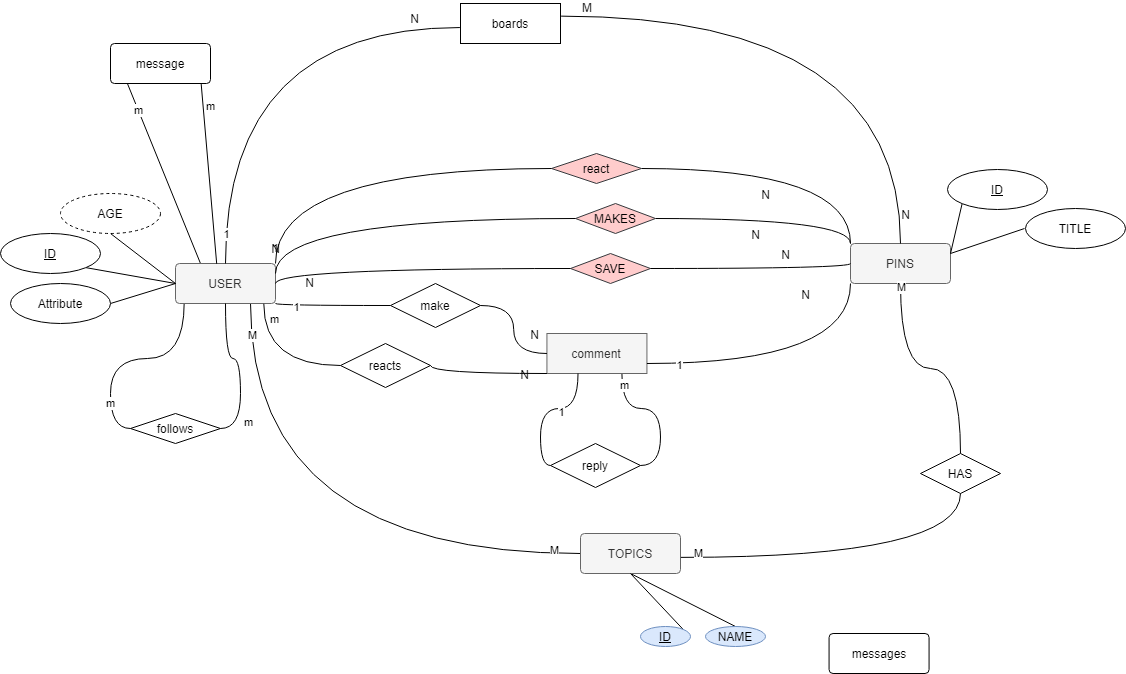
kataya1/Pinterest keeps this draw.io diagram as erd2.drawio.png. Above is the earlier version. Source tidied: cells renumbered, new cells last; positions are measured from the earlier drawing's top-left corner, leaving out a move shared by most shapes.
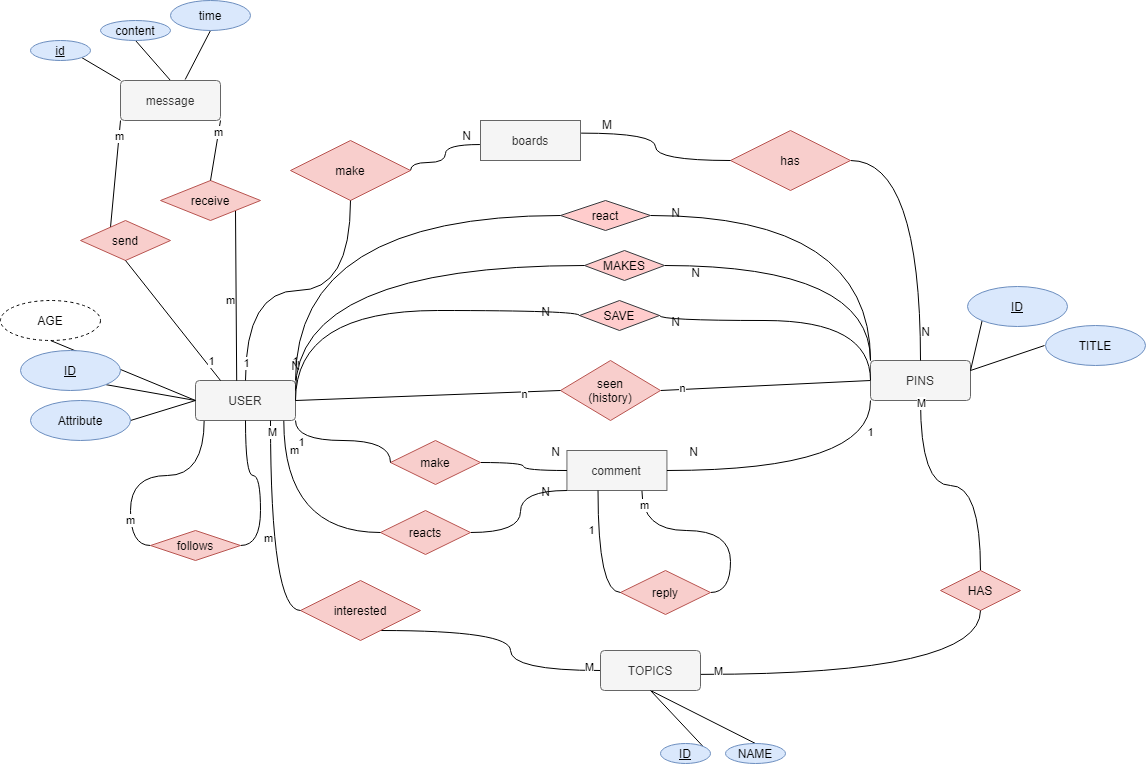
The same diagram one commit later.

Diff of the diagram source:
```diff
@@ -4,3 +4,6 @@
     <mxCell id="1" parent="0" />
+    <mxCell id="12" style="rounded=0;jettySize=auto;html=1;exitX=0.5;exitY=1;exitDx=0;exitDy=0;endArrow=none;endFill=0;entryX=0;entryY=0.5;entryDx=0;entryDy=0;" parent="1" edge="1" source="13" target="9">
+      <mxGeometry relative="1" as="geometry" />
+    </mxCell>
-    <mxCell id="2" style="rounded=0;jettySize=auto;html=1;exitX=0.25;exitY=0;exitDx=0;exitDy=0;entryX=0.17;entryY=1.006;entryDx=0;entryDy=0;endArrow=none;endFill=0;entryPerimeter=0;" parent="1" edge="1" source="9" target="78">
+    <mxCell id="2" style="rounded=0;jettySize=auto;html=1;exitX=0.25;exitY=0;exitDx=0;exitDy=0;entryX=0;entryY=1;entryDx=0;entryDy=0;endArrow=none;endFill=0;startArrow=none;" parent="1" edge="1" source="86" target="78">
       <mxGeometry relative="1" as="geometry" />
@@ -10,8 +13,5 @@
     </mxCell>
-    <mxCell id="4" style="edgeStyle=orthogonalEdgeStyle;rounded=0;jettySize=auto;html=1;exitX=0.75;exitY=1;exitDx=0;exitDy=0;entryX=0;entryY=0.5;entryDx=0;entryDy=0;endArrow=none;endFill=0;curved=1;" parent="1" edge="1" source="9" target="30">
+    <mxCell id="4" style="edgeStyle=orthogonalEdgeStyle;rounded=0;jettySize=auto;html=1;exitX=0.75;exitY=1;exitDx=0;exitDy=0;entryX=0;entryY=0.5;entryDx=0;entryDy=0;endArrow=none;endFill=0;curved=1;startArrow=none;" parent="1" edge="1" source="97" target="30">
       <mxGeometry relative="1" as="geometry" />
     </mxCell>
-    <mxCell id="5" value="M" style="edgeLabel;html=1;align=center;verticalAlign=middle;" parent="4" vertex="1">
-      <mxGeometry x="-0.89" y="1" relative="1" as="geometry" />
-    </mxCell>
     <mxCell id="6" value="M" style="edgeLabel;html=1;align=center;verticalAlign=middle;" parent="4" vertex="1">
@@ -27,2 +27,8 @@
     </mxCell>
+    <mxCell id="79" style="edgeStyle=none;rounded=0;jettySize=auto;html=1;exitX=1;exitY=0.5;exitDx=0;exitDy=0;entryX=0;entryY=0.5;entryDx=0;entryDy=0;endArrow=none;endFill=0;startArrow=none;" parent="1" edge="1" source="83" target="14">
+      <mxGeometry relative="1" as="geometry" />
+    </mxCell>
+    <mxCell id="80" value="n" style="edgeLabel;html=1;align=center;verticalAlign=middle;" parent="79" vertex="1">
+      <mxGeometry x="-0.8" y="2" relative="1" as="geometry" />
+    </mxCell>
     <mxCell id="9" value="USER" style="rounded=1;arcSize=10;whiteSpace=wrap;html=1;align=center;fillColor=#f5f5f5;strokeColor=#666666;fontColor=#333333;" parent="1" vertex="1">
@@ -33,10 +39,7 @@
     </mxCell>
-    <mxCell id="11" value="ID" style="ellipse;whiteSpace=wrap;html=1;align=center;fontStyle=4;" parent="1" vertex="1">
+    <mxCell id="11" value="ID" style="ellipse;whiteSpace=wrap;html=1;align=center;fontStyle=4;fillColor=#dae8fc;strokeColor=#6c8ebf;" parent="1" vertex="1">
       <mxGeometry y="230" width="100" height="40" as="geometry" />
     </mxCell>
-    <mxCell id="12" style="rounded=0;jettySize=auto;html=1;exitX=0.5;exitY=1;exitDx=0;exitDy=0;endArrow=none;endFill=0;entryX=0;entryY=0.5;entryDx=0;entryDy=0;" parent="1" edge="1" source="13" target="9">
-      <mxGeometry relative="1" as="geometry" />
-    </mxCell>
     <mxCell id="13" value="AGE" style="ellipse;whiteSpace=wrap;html=1;align=center;dashed=1;" parent="1" vertex="1">
-      <mxGeometry x="60" y="190" width="100" height="40" as="geometry" />
+      <mxGeometry x="-20" y="180" width="100" height="40" as="geometry" />
     </mxCell>
@@ -48,3 +51,3 @@
     </mxCell>
-    <mxCell id="16" value="Attribute" style="ellipse;whiteSpace=wrap;html=1;align=center;" parent="1" vertex="1">
+    <mxCell id="16" value="Attribute" style="ellipse;whiteSpace=wrap;html=1;align=center;fillColor=#dae8fc;strokeColor=#6c8ebf;" parent="1" vertex="1">
       <mxGeometry x="10" y="280" width="100" height="40" as="geometry" />
@@ -56,3 +59,3 @@
       <mxGeometry x="1" relative="1" as="geometry">
-        <mxPoint x="-90" as="offset" />
+        <mxPoint x="-170" y="-80" as="offset" />
       </mxGeometry>
@@ -60,3 +63,3 @@
     <mxCell id="19" value="MAKES" style="shape=rhombus;perimeter=rhombusPerimeter;whiteSpace=wrap;html=1;align=center;fillColor=#ffcccc;strokeColor=#36393d;" parent="1" vertex="1">
-      <mxGeometry x="575" y="200" width="80" height="30" as="geometry" />
+      <mxGeometry x="564" y="130" width="80" height="30" as="geometry" />
     </mxCell>
@@ -65,3 +68,3 @@
         <Array as="points">
-          <mxPoint x="275" y="215" />
+          <mxPoint x="275" y="145" />
         </Array>
@@ -73,3 +76,3 @@
     <mxCell id="22" value="SAVE" style="shape=rhombus;perimeter=rhombusPerimeter;whiteSpace=wrap;html=1;align=center;fillColor=#ffcccc;strokeColor=#36393d;" parent="1" vertex="1">
-      <mxGeometry x="570" y="250" width="80" height="30" as="geometry" />
+      <mxGeometry x="559" y="180" width="80" height="30" as="geometry" />
     </mxCell>
@@ -80,3 +83,3 @@
     </mxCell>
-    <mxCell id="24" value="TITLE" style="ellipse;whiteSpace=wrap;html=1;align=center;" parent="1" vertex="1">
+    <mxCell id="24" value="TITLE" style="ellipse;whiteSpace=wrap;html=1;align=center;fillColor=#dae8fc;strokeColor=#6c8ebf;" parent="1" vertex="1">
       <mxGeometry x="1025" y="205" width="100" height="40" as="geometry" />
@@ -86,3 +89,3 @@
     </mxCell>
-    <mxCell id="26" value="ID" style="ellipse;whiteSpace=wrap;html=1;align=center;fontStyle=4;" parent="1" vertex="1">
+    <mxCell id="26" value="ID" style="ellipse;whiteSpace=wrap;html=1;align=center;fontStyle=4;fillColor=#dae8fc;strokeColor=#6c8ebf;" parent="1" vertex="1">
       <mxGeometry x="947" y="166" width="100" height="40" as="geometry" />
@@ -117,3 +120,3 @@
       <mxGeometry x="1" relative="1" as="geometry">
-        <mxPoint x="-80" y="-40" as="offset" />
+        <mxPoint x="-190" y="-140" as="offset" />
       </mxGeometry>
@@ -121,5 +124,5 @@
     <mxCell id="36" value="react" style="shape=rhombus;perimeter=rhombusPerimeter;whiteSpace=wrap;html=1;align=center;fillColor=#ffcccc;strokeColor=#36393d;" parent="1" vertex="1">
-      <mxGeometry x="551" y="150" width="90" height="30" as="geometry" />
+      <mxGeometry x="540" y="80" width="90" height="30" as="geometry" />
     </mxCell>
-    <mxCell id="37" value="boards" style="rounded=1;arcSize=0;whiteSpace=wrap;html=1;align=center;" parent="1" vertex="1">
+    <mxCell id="37" value="boards" style="rounded=1;arcSize=0;whiteSpace=wrap;html=1;align=center;fillColor=#f5f5f5;fontColor=#333333;strokeColor=#666666;" parent="1" vertex="1">
       <mxGeometry x="460" width="100" height="40" as="geometry" />
@@ -137,3 +140,4 @@
         <Array as="points">
-          <mxPoint x="275" y="265" />
+          <mxPoint x="559" y="190" />
+          <mxPoint x="275" y="190" />
         </Array>
@@ -143,3 +147,3 @@
       <mxGeometry x="1" relative="1" as="geometry">
-        <mxPoint x="39" y="8" as="offset" />
+        <mxPoint x="255" y="-80" as="offset" />
       </mxGeometry>
@@ -149,3 +153,4 @@
         <Array as="points">
-          <mxPoint x="850" y="265" />
+          <mxPoint x="639" y="200" />
+          <mxPoint x="850" y="200" />
         </Array>
@@ -155,8 +160,5 @@
       <mxGeometry x="1" relative="1" as="geometry">
-        <mxPoint x="-60" as="offset" />
+        <mxPoint x="-190" y="-50" as="offset" />
       </mxGeometry>
     </mxCell>
-    <mxCell id="44" value="messages" style="rounded=1;arcSize=10;whiteSpace=wrap;html=1;align=center;" parent="1" vertex="1">
-      <mxGeometry x="828.6" y="630" width="100" height="40" as="geometry" />
-    </mxCell>
     <mxCell id="45" style="edgeStyle=orthogonalEdgeStyle;curved=1;rounded=0;jettySize=auto;html=1;exitX=1;exitY=0.5;exitDx=0;exitDy=0;endArrow=none;endFill=0;entryX=0.5;entryY=1;entryDx=0;entryDy=0;" parent="1" edge="1" source="47" target="9">
@@ -169,6 +171,6 @@
     </mxCell>
-    <mxCell id="47" value="follows" style="shape=rhombus;perimeter=rhombusPerimeter;whiteSpace=wrap;html=1;align=center;" parent="1" vertex="1">
+    <mxCell id="47" value="follows" style="shape=rhombus;perimeter=rhombusPerimeter;whiteSpace=wrap;html=1;align=center;fillColor=#f8cecc;strokeColor=#b85450;" parent="1" vertex="1">
       <mxGeometry x="130" y="410" width="90" height="30" as="geometry" />
     </mxCell>
-    <mxCell id="48" value="HAS" style="shape=rhombus;perimeter=rhombusPerimeter;whiteSpace=wrap;html=1;align=center;" parent="1" vertex="1">
+    <mxCell id="48" value="HAS" style="shape=rhombus;perimeter=rhombusPerimeter;whiteSpace=wrap;html=1;align=center;fillColor=#f8cecc;strokeColor=#b85450;" parent="1" vertex="1">
       <mxGeometry x="920" y="450" width="80" height="40" as="geometry" />
@@ -196,3 +198,3 @@
     </mxCell>
-    <mxCell id="54" style="endArrow=none;html=1;rounded=0;exitX=1;exitY=0.75;exitDx=0;exitDy=0;entryX=0;entryY=1;entryDx=0;entryDy=0;edgeStyle=orthogonalEdgeStyle;curved=1;" parent="1" edge="1" source="53" target="14">
+    <mxCell id="54" style="endArrow=none;html=1;rounded=0;exitX=0;exitY=1;exitDx=0;exitDy=0;edgeStyle=orthogonalEdgeStyle;curved=1;entryX=1;entryY=0.5;entryDx=0;entryDy=0;" parent="1" edge="1" source="14" target="53">
       <mxGeometry relative="1" as="geometry" />
@@ -201,3 +203,3 @@
       <mxGeometry x="1" relative="1" as="geometry">
-        <mxPoint x="-40" y="20" as="offset" />
+        <mxPoint x="30" y="-10" as="offset" />
       </mxGeometry>
@@ -215,4 +217,4 @@
     </mxCell>
-    <mxCell id="59" value="make" style="shape=rhombus;perimeter=rhombusPerimeter;whiteSpace=wrap;html=1;align=center;" parent="1" vertex="1">
-      <mxGeometry x="390" y="280" width="90" height="44" as="geometry" />
+    <mxCell id="59" value="make" style="shape=rhombus;perimeter=rhombusPerimeter;whiteSpace=wrap;html=1;align=center;fillColor=#f8cecc;strokeColor=#b85450;" parent="1" vertex="1">
+      <mxGeometry x="370" y="320" width="90" height="44" as="geometry" />
     </mxCell>
@@ -221,3 +223,4 @@
         <Array as="points">
-          <mxPoint x="275" y="302" />
+          <mxPoint x="275" y="320" />
+          <mxPoint x="370" y="320" />
         </Array>
@@ -231,3 +234,4 @@
         <Array as="points">
-          <mxPoint x="430" y="370" />
+          <mxPoint x="500" y="412" />
+          <mxPoint x="500" y="370" />
         </Array>
@@ -240,4 +244,4 @@
     </mxCell>
-    <mxCell id="64" value="reacts" style="shape=rhombus;perimeter=rhombusPerimeter;whiteSpace=wrap;html=1;align=center;" parent="1" vertex="1">
-      <mxGeometry x="340" y="340" width="90" height="44" as="geometry" />
+    <mxCell id="64" value="reacts" style="shape=rhombus;perimeter=rhombusPerimeter;whiteSpace=wrap;html=1;align=center;fillColor=#f8cecc;strokeColor=#b85450;" parent="1" vertex="1">
+      <mxGeometry x="360" y="390" width="90" height="44" as="geometry" />
     </mxCell>
@@ -251,7 +255,13 @@
     </mxCell>
-    <mxCell id="67" value="reply" style="shape=rhombus;perimeter=rhombusPerimeter;whiteSpace=wrap;html=1;align=center;" parent="1" vertex="1">
-      <mxGeometry x="550" y="440" width="90" height="44" as="geometry" />
+    <mxCell id="67" value="reply" style="shape=rhombus;perimeter=rhombusPerimeter;whiteSpace=wrap;html=1;align=center;fillColor=#f8cecc;strokeColor=#b85450;" parent="1" vertex="1">
+      <mxGeometry x="600" y="450" width="90" height="44" as="geometry" />
     </mxCell>
-    <mxCell id="68" style="endArrow=none;html=1;rounded=0;exitX=0.5;exitY=0;exitDx=0;exitDy=0;edgeStyle=orthogonalEdgeStyle;curved=1;entryX=-0.006;entryY=0.601;entryDx=0;entryDy=0;entryPerimeter=0;" parent="1" edge="1" source="9" target="37">
-      <mxGeometry relative="1" as="geometry" />
+    <mxCell id="68" style="endArrow=none;html=1;rounded=0;exitX=1;exitY=0.5;exitDx=0;exitDy=0;edgeStyle=orthogonalEdgeStyle;curved=1;entryX=-0.006;entryY=0.601;entryDx=0;entryDy=0;entryPerimeter=0;startArrow=none;" parent="1" edge="1" source="99" target="37">
+      <mxGeometry relative="1" as="geometry">
+        <Array as="points">
+          <mxPoint x="390" y="42" />
+          <mxPoint x="425" y="42" />
+          <mxPoint x="425" y="24" />
+        </Array>
+      </mxGeometry>
     </mxCell>
@@ -259,18 +269,8 @@
       <mxGeometry x="1" relative="1" as="geometry">
-        <mxPoint x="-40" as="offset" />
+        <mxPoint x="-9" as="offset" />
       </mxGeometry>
     </mxCell>
-    <mxCell id="70" value="1" style="edgeLabel;html=1;align=center;verticalAlign=middle;" parent="68" vertex="1">
-      <mxGeometry x="-0.88" relative="1" as="geometry">
-        <mxPoint y="-1" as="offset" />
-      </mxGeometry>
-    </mxCell>
-    <mxCell id="71" style="endArrow=none;html=1;rounded=0;curved=1;exitX=1.006;exitY=0.316;exitDx=0;exitDy=0;entryX=0.5;entryY=0;entryDx=0;entryDy=0;edgeStyle=orthogonalEdgeStyle;exitPerimeter=0;" parent="1" edge="1" source="37" target="14">
+    <mxCell id="71" style="endArrow=none;html=1;rounded=0;curved=1;exitX=1;exitY=0.5;exitDx=0;exitDy=0;entryX=0.5;entryY=0;entryDx=0;entryDy=0;edgeStyle=orthogonalEdgeStyle;startArrow=none;" parent="1" edge="1" source="102" target="14">
       <mxGeometry relative="1" as="geometry" />
     </mxCell>
-    <mxCell id="72" value="M" style="html=1;align=left;verticalAlign=bottom;" parent="71" vertex="1">
-      <mxGeometry x="-1" relative="1" as="geometry">
-        <mxPoint x="19" as="offset" />
-      </mxGeometry>
-    </mxCell>
     <mxCell id="73" value="N" style="html=1;align=right;verticalAlign=bottom;" parent="71" vertex="1">
@@ -288,5 +288,4 @@
     </mxCell>
-    <mxCell id="76" style="rounded=0;orthogonalLoop=1;jettySize=auto;html=1;exitX=0.917;exitY=1.014;exitDx=0;exitDy=0;entryX=0.422;entryY=0.006;entryDx=0;entryDy=0;endArrow=none;endFill=0;entryPerimeter=0;exitPerimeter=0;" parent="1" edge="1">
+    <mxCell id="76" style="rounded=0;jettySize=auto;html=1;exitX=1;exitY=1;exitDx=0;exitDy=0;entryX=0.422;entryY=0.006;entryDx=0;entryDy=0;endArrow=none;endFill=0;entryPerimeter=0;startArrow=none;" parent="1" edge="1" source="89">
       <mxGeometry relative="1" as="geometry">
-        <mxPoint x="200.7" y="80.6" as="sourcePoint" />
         <mxPoint x="216.2" y="260.2" as="targetPoint" />
@@ -294,8 +293,86 @@
     </mxCell>
-    <mxCell id="77" value="m" style="edgeLabel;html=1;align=center;verticalAlign=middle;" parent="76" vertex="1">
-      <mxGeometry x="-0.74" y="7" relative="1" as="geometry" />
-    </mxCell>
+    <mxCell id="81" style="edgeStyle=none;rounded=0;jettySize=auto;html=1;exitX=0.5;exitY=1;exitDx=0;exitDy=0;entryX=0.5;entryY=0;entryDx=0;entryDy=0;endArrow=none;endFill=0;" parent="1" edge="1" source="82" target="78">
+      <mxGeometry relative="1" as="geometry" />
+    </mxCell>
+    <mxCell id="82" value="content" style="ellipse;whiteSpace=wrap;html=1;align=center;fillColor=#dae8fc;strokeColor=#6c8ebf;" parent="1" vertex="1">
+      <mxGeometry x="80" y="-100" width="70" height="20" as="geometry" />
+    </mxCell>
+    <mxCell id="83" value="seen&lt;br&gt;(history)" style="shape=rhombus;perimeter=rhombusPerimeter;whiteSpace=wrap;html=1;align=center;fillColor=#f8cecc;strokeColor=#b85450;" parent="1" vertex="1">
+      <mxGeometry x="540" y="240" width="100" height="60" as="geometry" />
+    </mxCell>
+    <mxCell id="84" style="edgeStyle=none;rounded=0;jettySize=auto;html=1;exitX=1;exitY=0.5;exitDx=0;exitDy=0;entryX=0;entryY=0.5;entryDx=0;entryDy=0;endArrow=none;endFill=0;" parent="1" edge="1" source="9" target="83">
+      <mxGeometry relative="1" as="geometry" />
+    </mxCell>
+    <mxCell id="85" value="n" style="edgeLabel;html=1;align=center;verticalAlign=middle;" parent="84" vertex="1">
+      <mxGeometry x="0.73" y="-2" relative="1" as="geometry" />
+    </mxCell>
-    <mxCell id="78" value="message" style="rounded=1;arcSize=10;whiteSpace=wrap;html=1;align=center;" parent="1" vertex="1">
-      <mxGeometry x="110" y="40" width="100" height="40" as="geometry" />
+    <mxCell id="78" value="message" style="rounded=1;arcSize=10;whiteSpace=wrap;html=1;align=center;fillColor=#f5f5f5;fontColor=#333333;strokeColor=#666666;" parent="1" vertex="1">
+      <mxGeometry x="100" y="-40" width="100" height="40" as="geometry" />
     </mxCell>
+    <mxCell id="86" value="send" style="shape=rhombus;perimeter=rhombusPerimeter;whiteSpace=wrap;html=1;align=center;fillColor=#f8cecc;strokeColor=#b85450;" parent="1" vertex="1">
+      <mxGeometry x="60" y="100" width="90" height="40" as="geometry" />
+    </mxCell>
+    <mxCell id="87" style="rounded=0;jettySize=auto;html=1;exitX=0.25;exitY=0;exitDx=0;exitDy=0;entryX=0.5;entryY=1;entryDx=0;entryDy=0;endArrow=none;endFill=0;" parent="1" edge="1" source="9" target="86">
+      <mxGeometry relative="1" as="geometry" />
+    </mxCell>
+    <mxCell id="88" value="1" style="edgeLabel;html=1;align=center;verticalAlign=middle;" parent="87" vertex="1">
+      <mxGeometry x="-0.72" y="-5" relative="1" as="geometry" />
+    </mxCell>
+    <mxCell id="89" value="receive" style="shape=rhombus;perimeter=rhombusPerimeter;whiteSpace=wrap;html=1;align=center;fillColor=#f8cecc;strokeColor=#b85450;" parent="1" vertex="1">
+      <mxGeometry x="140" y="60" width="100" height="40" as="geometry" />
+    </mxCell>
+    <mxCell id="90" style="rounded=0;jettySize=auto;html=1;exitX=1;exitY=1;exitDx=0;exitDy=0;entryX=0.5;entryY=0;entryDx=0;entryDy=0;endArrow=none;endFill=0;" parent="1" edge="1" source="78" target="89">
+      <mxGeometry relative="1" as="geometry" />
+    </mxCell>
+    <mxCell id="91" value="m" style="edgeLabel;html=1;align=center;verticalAlign=middle;" parent="90" vertex="1">
+      <mxGeometry x="-0.74" y="7" relative="1" as="geometry">
+        <mxPoint x="4" y="171" as="offset" />
+      </mxGeometry>
+    </mxCell>
+    <mxCell id="92" value="m" style="edgeLabel;html=1;align=center;verticalAlign=middle;" parent="90" vertex="1">
+      <mxGeometry x="-0.63" y="-1" relative="1" as="geometry" />
+    </mxCell>
+    <mxCell id="93" style="edgeStyle=none;rounded=0;jettySize=auto;html=1;exitX=0.5;exitY=1;exitDx=0;exitDy=0;entryX=0.647;entryY=-0.025;entryDx=0;entryDy=0;entryPerimeter=0;endArrow=none;endFill=0;" parent="1" edge="1" source="94" target="78">
+      <mxGeometry relative="1" as="geometry" />
+    </mxCell>
+    <mxCell id="94" value="time" style="ellipse;whiteSpace=wrap;html=1;align=center;fillColor=#dae8fc;strokeColor=#6c8ebf;" parent="1" vertex="1">
+      <mxGeometry x="150" y="-120" width="80" height="30" as="geometry" />
+    </mxCell>
+    <mxCell id="95" style="edgeStyle=none;rounded=0;jettySize=auto;html=1;exitX=1;exitY=1;exitDx=0;exitDy=0;entryX=0;entryY=0;entryDx=0;entryDy=0;endArrow=none;endFill=0;" parent="1" edge="1" source="96" target="78">
+      <mxGeometry relative="1" as="geometry" />
+    </mxCell>
+    <mxCell id="96" value="id" style="ellipse;whiteSpace=wrap;html=1;align=center;fontStyle=4;fillColor=#dae8fc;strokeColor=#6c8ebf;" parent="1" vertex="1">
+      <mxGeometry x="10" y="-80" width="60" height="20" as="geometry" />
+    </mxCell>
+    <mxCell id="97" value="interested" style="shape=rhombus;perimeter=rhombusPerimeter;whiteSpace=wrap;html=1;align=center;fillColor=#f8cecc;strokeColor=#b85450;" parent="1" vertex="1">
+      <mxGeometry x="280" y="460" width="120" height="60" as="geometry" />
+    </mxCell>
+    <mxCell id="98" style="edgeStyle=orthogonalEdgeStyle;rounded=0;jettySize=auto;html=1;exitX=0.75;exitY=1;exitDx=0;exitDy=0;entryX=0;entryY=0.5;entryDx=0;entryDy=0;endArrow=none;endFill=0;curved=1;" parent="1" edge="1" source="9" target="97">
+      <mxGeometry relative="1" as="geometry" />
+    </mxCell>
+    <mxCell id="5" value="M" style="edgeLabel;html=1;align=center;verticalAlign=middle;" parent="98" vertex="1">
+      <mxGeometry x="-0.89" y="1" relative="1" as="geometry" />
+    </mxCell>
+    <mxCell id="99" value="make" style="shape=rhombus;perimeter=rhombusPerimeter;whiteSpace=wrap;html=1;align=center;fillColor=#f8cecc;strokeColor=#b85450;" parent="1" vertex="1">
+      <mxGeometry x="270" y="20" width="120" height="60" as="geometry" />
+    </mxCell>
+    <mxCell id="100" style="endArrow=none;html=1;rounded=0;exitX=0.5;exitY=0;exitDx=0;exitDy=0;edgeStyle=orthogonalEdgeStyle;curved=1;entryX=0.5;entryY=1;entryDx=0;entryDy=0;" parent="1" edge="1" source="9" target="99">
+      <mxGeometry relative="1" as="geometry" />
+    </mxCell>
+    <mxCell id="101" value="1" style="edgeLabel;html=1;align=center;verticalAlign=middle;" parent="100" vertex="1">
+      <mxGeometry x="-0.88" relative="1" as="geometry">
+        <mxPoint y="-1" as="offset" />
+      </mxGeometry>
+    </mxCell>
+    <mxCell id="102" value="has" style="shape=rhombus;perimeter=rhombusPerimeter;whiteSpace=wrap;html=1;align=center;fillColor=#f8cecc;strokeColor=#b85450;" parent="1" vertex="1">
+      <mxGeometry x="710" y="10" width="120" height="60" as="geometry" />
+    </mxCell>
+    <mxCell id="103" style="endArrow=none;html=1;rounded=0;curved=1;exitX=1.006;exitY=0.316;exitDx=0;exitDy=0;entryX=0;entryY=0.5;entryDx=0;entryDy=0;edgeStyle=orthogonalEdgeStyle;exitPerimeter=0;" parent="1" edge="1" source="37" target="102">
+      <mxGeometry relative="1" as="geometry" />
+    </mxCell>
+    <mxCell id="72" value="M" style="html=1;align=left;verticalAlign=bottom;" parent="103" vertex="1">
+      <mxGeometry x="-1" relative="1" as="geometry">
+        <mxPoint x="19" as="offset" />
+      </mxGeometry>
+    </mxCell>
   </root>
```
